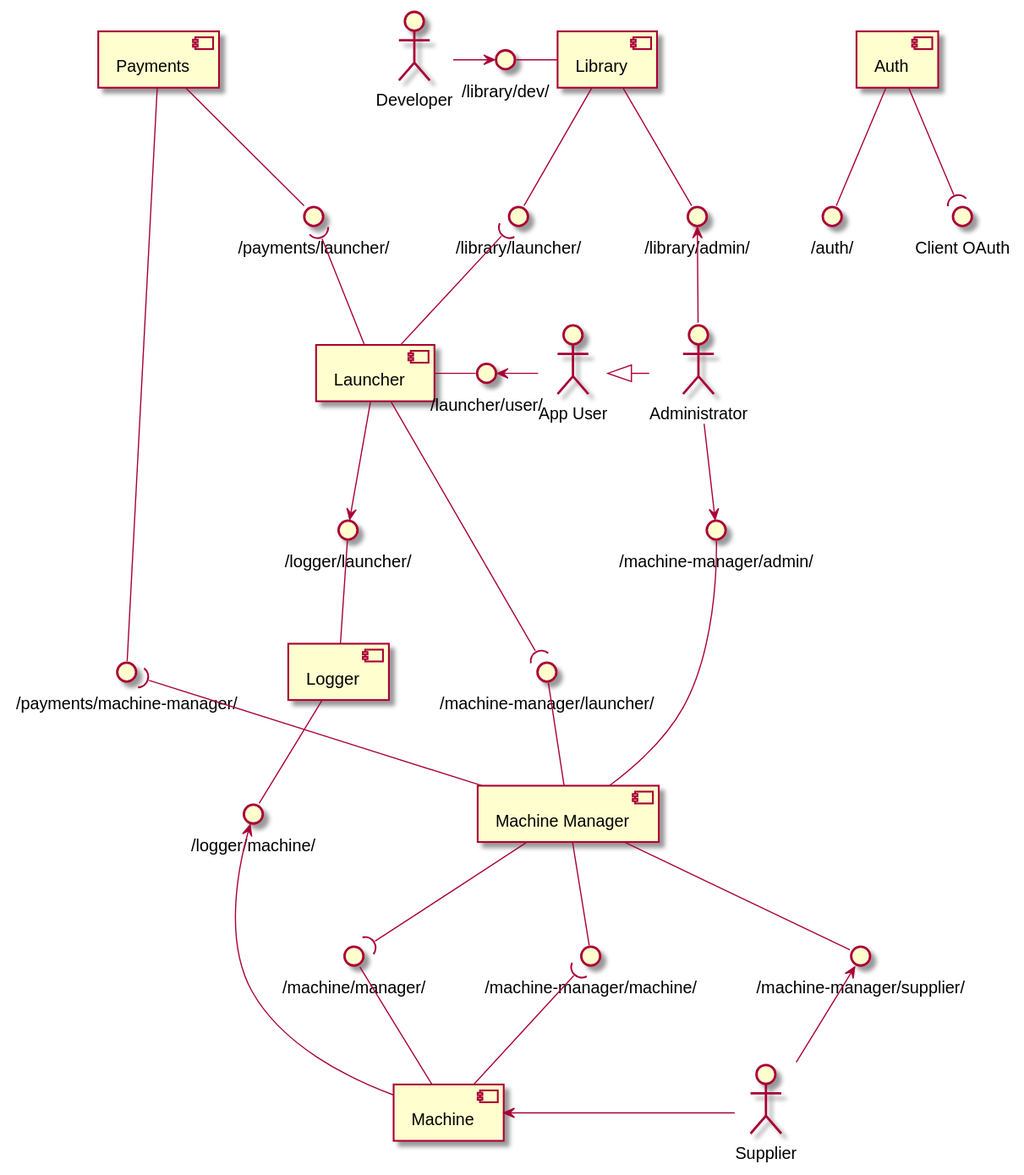
cetlinB/docs keeps this PlantUML diagram as components/components.svg. Above is the earlier version. Source of this version:
```plantuml
@startuml

skinparam componentStyle uml2

skinparam actor {
    BackgroundColor<<Machine>> Brown
}

actor "App User" as AU
actor Developer as AD
actor Supplier as AS
actor Administrator as AA

AA -le-|> AU

component Launcher as CLa
component Library as CLi
component Logger as CLo
component "Machine Manager" as CM
component Payments as CP
component Machine as CMa
component Auth as CA

interface "/auth/" as ICA
interface "Client OAuth" as ICAOther
interface "/logger/launcher/" as ICLoCLa
interface "/logger/machine/" as ICLoCMa
interface "/machine-manager/machine/" as ICMCMa
interface "/library/admin/" as ICLiAA
interface "/machine-manager/admin/" as ICMAA
interface "/machine-manager/launcher/" as ICMCLa
interface "/library/launcher/" as ICLiCLa
interface "/payments/launcher/" as ICPCLa
interface "/payments/machine-manager/" as ICPCM
interface "/library/dev/" as ICLiAD
interface "/machine-manager/supplier/" as ICMAS
interface "/launcher/user/" as ICLaAU
interface "/machine/manager/" as ICMaCM

CA -do- ICA
CA -do-( ICAOther

AD -ri-> ICLiAD
ICLiAD -ri- CLi

AS -up-> ICMAS
ICMAS -up- CM

AU -le-> ICLaAU
ICLaAU -le- CLa

CLi -do- ICLiCLa
ICLiCLa )-do- CLa

CLa -do-( ICMCLa
ICMCLa -do- CM

CM -do- ICMCMa
ICMCMa )-do- CMa
CM -do-( ICMaCM
ICMaCM -do- CMa

CMa <-ri- AS

CLi -do- ICLiAA
AA -up-> ICLiAA
CM --up- ICMAA
AA -do-> ICMAA

CP -do- ICPCLa
ICPCLa )-do- CLa

CP -do- ICPCM
CM -up-( ICPCM

CLa -do-> ICLoCLa
ICLoCLa -do- CLo
CLo -do- ICLoCMa
ICLoCMa <-do- CMa

@enduml
```
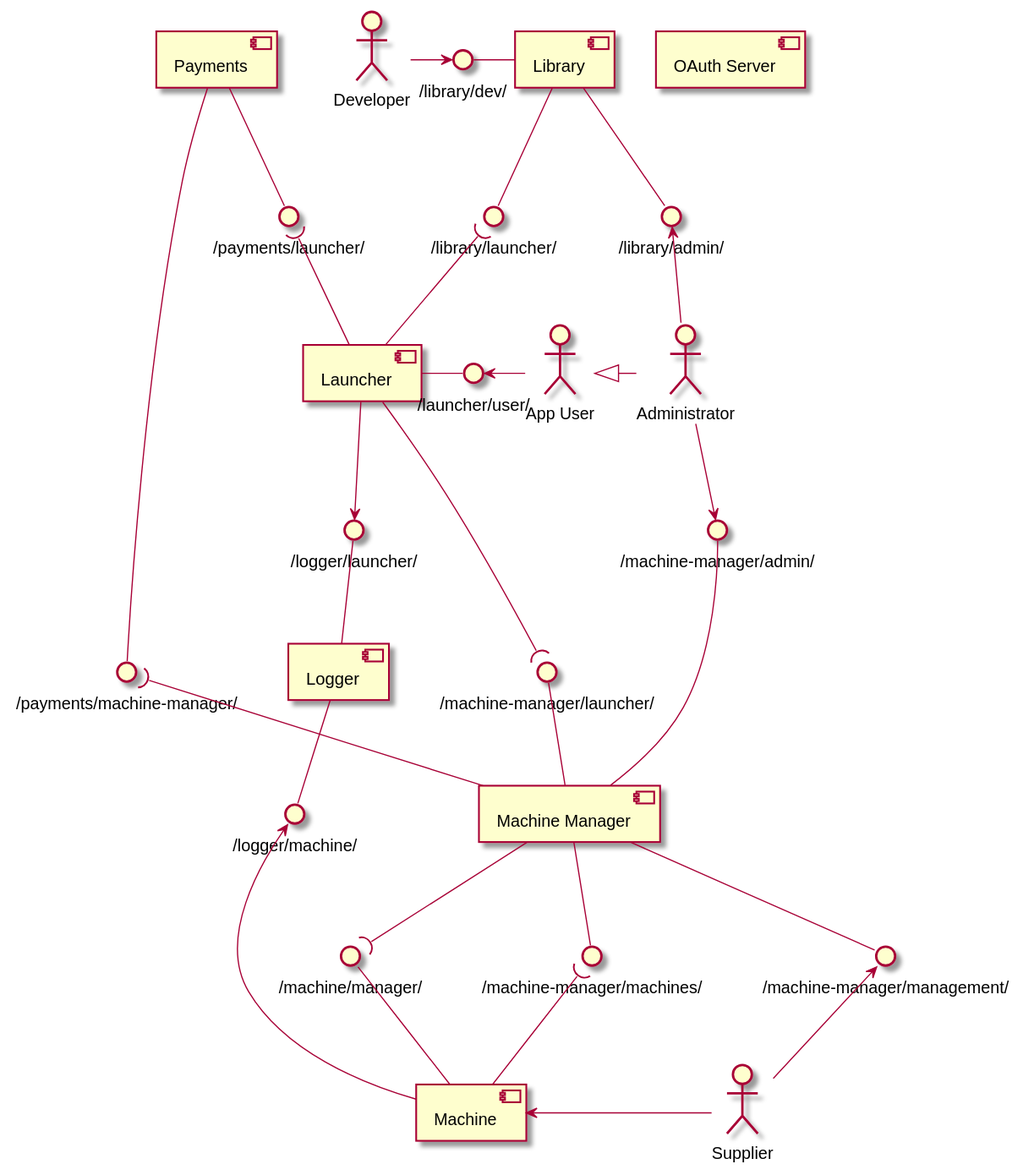
The same file after the commit.

What changed in the source:
```diff
@@ -19,13 +19,11 @@
 component "Machine Manager" as CM
 component Payments as CP
 component Machine as CMa
-component Auth as CA
+component "OAuth Server" as CA
 
-interface "/auth/" as ICA
-interface "Client OAuth" as ICAOther
 interface "/logger/launcher/" as ICLoCLa
 interface "/logger/machine/" as ICLoCMa
-interface "/machine-manager/machine/" as ICMCMa
+interface "/machine-manager/machines/" as ICMCMa
 interface "/library/admin/" as ICLiAA
 interface "/machine-manager/admin/" as ICMAA
 interface "/machine-manager/launcher/" as ICMCLa
@@ -33,12 +31,9 @@
 interface "/payments/launcher/" as ICPCLa
 interface "/payments/machine-manager/" as ICPCM
 interface "/library/dev/" as ICLiAD
-interface "/machine-manager/supplier/" as ICMAS
+interface "/machine-manager/management/" as ICMAS
 interface "/launcher/user/" as ICLaAU
 interface "/machine/manager/" as ICMaCM
-
-CA -do- ICA
-CA -do-( ICAOther
 
 AD -ri-> ICLiAD
 ICLiAD -ri- CLi
```
